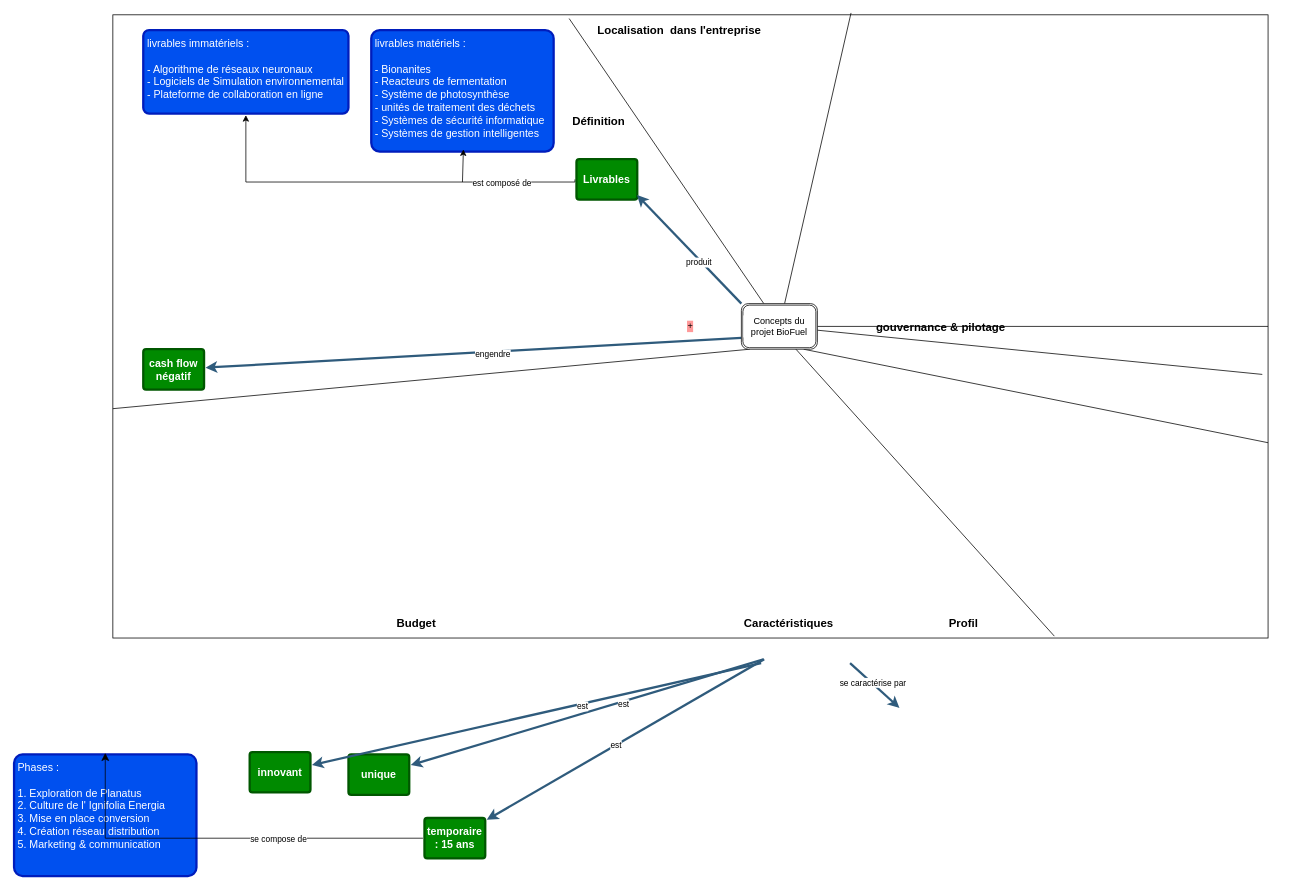
Above: trame.drawio in GillesSuivre/GestionProjet (draw.io), before the change. Source tidied: cells renumbered, new cells numbered last; positions are measured from the earlier drawing's top-left corner, leaving out a move shared by most shapes. Both pictures are drawn from the tidied source at 76%, with x=0, y=0 at pixel (14, 14).
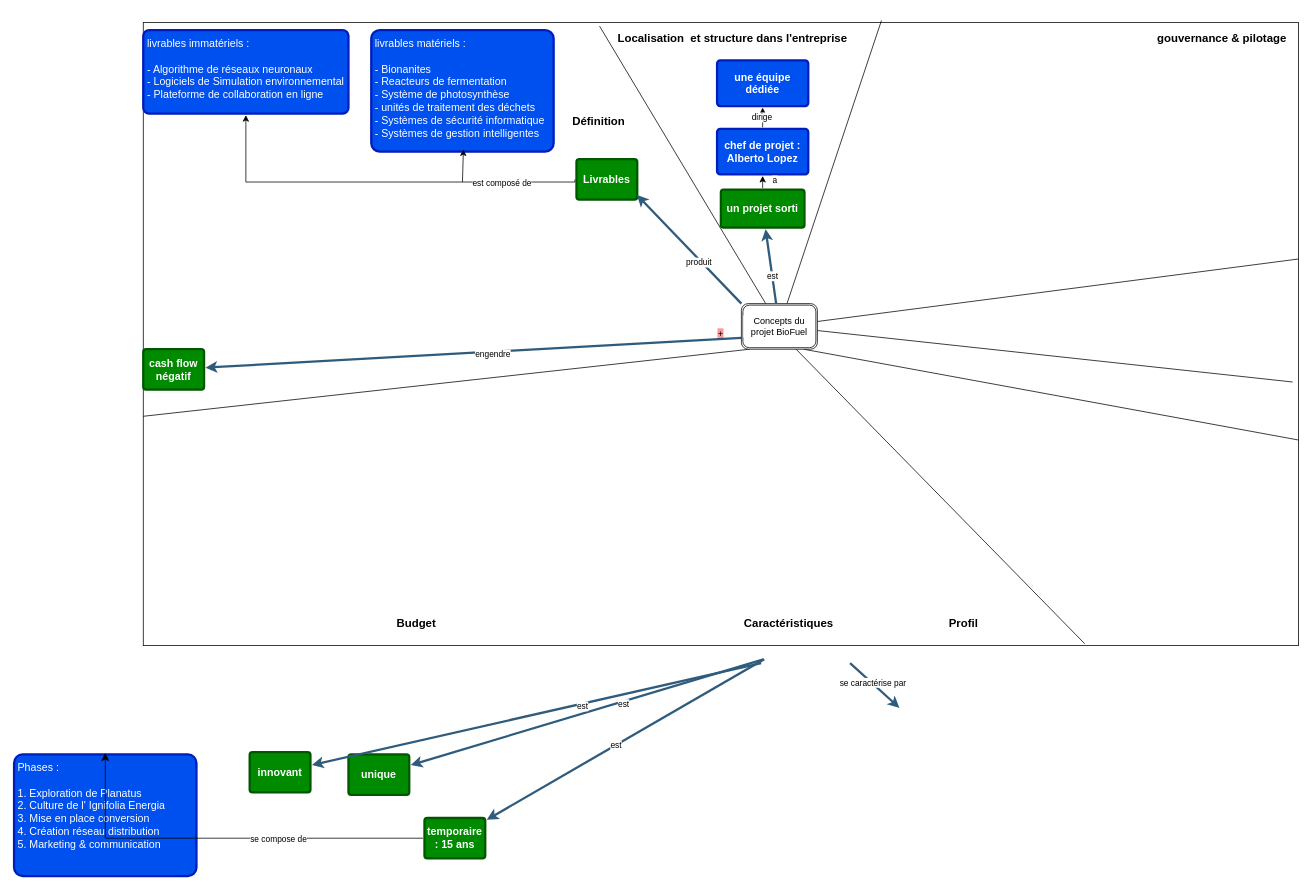
Above is the later version.

Commit message:
Mettre à jour trame.drawio

The change refers to these unchanged cells:
```xml
<mxCell id="40" value="Concepts du projet BioFuel" style="shape=ext;double=1;rounded=1;whiteSpace=wrap;html=1;labelBackgroundColor=default;" parent="1" vertex="1">
  <mxGeometry x="957" y="380" width="100" height="60" as="geometry" />
</mxCell>
```

What changed in the source:
```diff
@@
     <mxCell id="2" value="+" style="rounded=0;whiteSpace=wrap;html=1;labelBackgroundColor=#FF9999;" parent="1" vertex="1">
-      <mxGeometry x="130" width="1520" height="820" as="geometry" />
+      <mxGeometry x="170" y="10" width="1520" height="820" as="geometry" />
     </mxCell>
@@
-    <mxCell id="7" value="Localisation&amp;nbsp; dans l'entreprise" style="text;strokeColor=none;fillColor=none;html=1;fontSize=15;fontStyle=1;verticalAlign=middle;align=center;" parent="1" vertex="1">
-      <mxGeometry x="730" y="10" width="290" height="20" as="geometry" />
+    <mxCell id="7" value="Localisation&amp;nbsp; et structure dans l'entreprise" style="text;strokeColor=none;fillColor=none;html=1;fontSize=15;fontStyle=1;verticalAlign=middle;align=center;" parent="1" vertex="1">
+      <mxGeometry x="800" y="20" width="290" height="20" as="geometry" />
     </mxCell>
@@
     <mxCell id="9" value="gouvernance &amp;amp; pilotage" style="text;strokeColor=none;fillColor=none;html=1;fontSize=15;fontStyle=1;verticalAlign=middle;align=center;" parent="1" vertex="1">
-      <mxGeometry x="1180" y="400" width="77" height="20" as="geometry" />
+      <mxGeometry x="1550" y="20" width="77" height="20" as="geometry" />
     </mxCell>
@@
+    <mxCell id="42" style="edgeStyle=none;rounded=0;jumpStyle=none;html=1;shadow=0;labelBackgroundColor=none;startArrow=none;startFill=0;endArrow=classic;endFill=1;jettySize=auto;strokeColor=#2F5B7C;strokeWidth=3;fontFamily=Helvetica;fontSize=16;fontColor=#23445D;spacing=5;" parent="1" edge="1" source="40" target="44">
+      <mxGeometry relative="1" as="geometry" />
+    </mxCell>
+    <mxCell id="43" value="est " style="edgeLabel;html=1;align=center;verticalAlign=middle;" parent="42" vertex="1">
+      <mxGeometry x="-0.24" relative="1" as="geometry">
+        <mxPoint y="1" as="offset" />
+      </mxGeometry>
+    </mxCell>
+    <mxCell id="44" value="un projet sorti " style="rounded=1;whiteSpace=wrap;html=1;shadow=0;labelBackgroundColor=none;strokeColor=#005700;strokeWidth=3;fillColor=#008a00;fontFamily=Helvetica;fontSize=14;fontColor=#ffffff;align=center;spacing=5;fontStyle=1;arcSize=7;perimeterSpacing=2;" parent="1" vertex="1">
+      <mxGeometry x="930" y="230" width="110" height="50" as="geometry" />
+    </mxCell>
+    <mxCell id="45" value="chef de projet : Alberto Lopez" style="rounded=1;whiteSpace=wrap;html=1;shadow=0;labelBackgroundColor=none;strokeColor=#001DBC;strokeWidth=3;fillColor=#0050ef;fontFamily=Helvetica;fontSize=14;fontColor=#ffffff;align=center;spacing=5;fontStyle=1;arcSize=7;perimeterSpacing=2;" parent="1" vertex="1">
+      <mxGeometry x="925" y="150" width="120" height="60" as="geometry" />
+    </mxCell>
+    <mxCell id="46" value="une équipe dédiée" style="rounded=1;whiteSpace=wrap;html=1;shadow=0;labelBackgroundColor=none;strokeColor=#001DBC;strokeWidth=3;fillColor=#0050ef;fontFamily=Helvetica;fontSize=14;fontColor=#ffffff;align=center;spacing=5;fontStyle=1;arcSize=7;perimeterSpacing=2;" parent="1" vertex="1">
+      <mxGeometry x="925" y="60" width="120" height="60" as="geometry" />
+    </mxCell>
+    <mxCell id="47" style="endArrow=classic;html=1;rounded=0;exitX=0.5;exitY=0;exitDx=0;exitDy=0;entryX=0.5;entryY=1;entryDx=0;entryDy=0;" parent="1" edge="1" source="45" target="46">
+      <mxGeometry relative="1" as="geometry" />
+    </mxCell>
+    <mxCell id="48" value="dirige" style="edgeLabel;html=1;align=center;verticalAlign=middle;" parent="47" vertex="1">
+      <mxGeometry x="0.09" y="2" relative="1" as="geometry" />
+    </mxCell>
+    <mxCell id="49" style="endArrow=classic;html=1;rounded=0;entryX=0.5;entryY=1;entryDx=0;entryDy=0;exitX=0.5;exitY=0;exitDx=0;exitDy=0;" parent="1" edge="1" source="44" target="45">
+      <mxGeometry relative="1" as="geometry" />
+    </mxCell>
+    <mxCell id="50" value="a" style="edgeLabel;html=1;align=center;verticalAlign=middle;" parent="49" vertex="1">
+      <mxGeometry x="-0.12" y="-1" relative="1" as="geometry">
+        <mxPoint x="14" y="-4" as="offset" />
+      </mxGeometry>
+    </mxCell>
```
